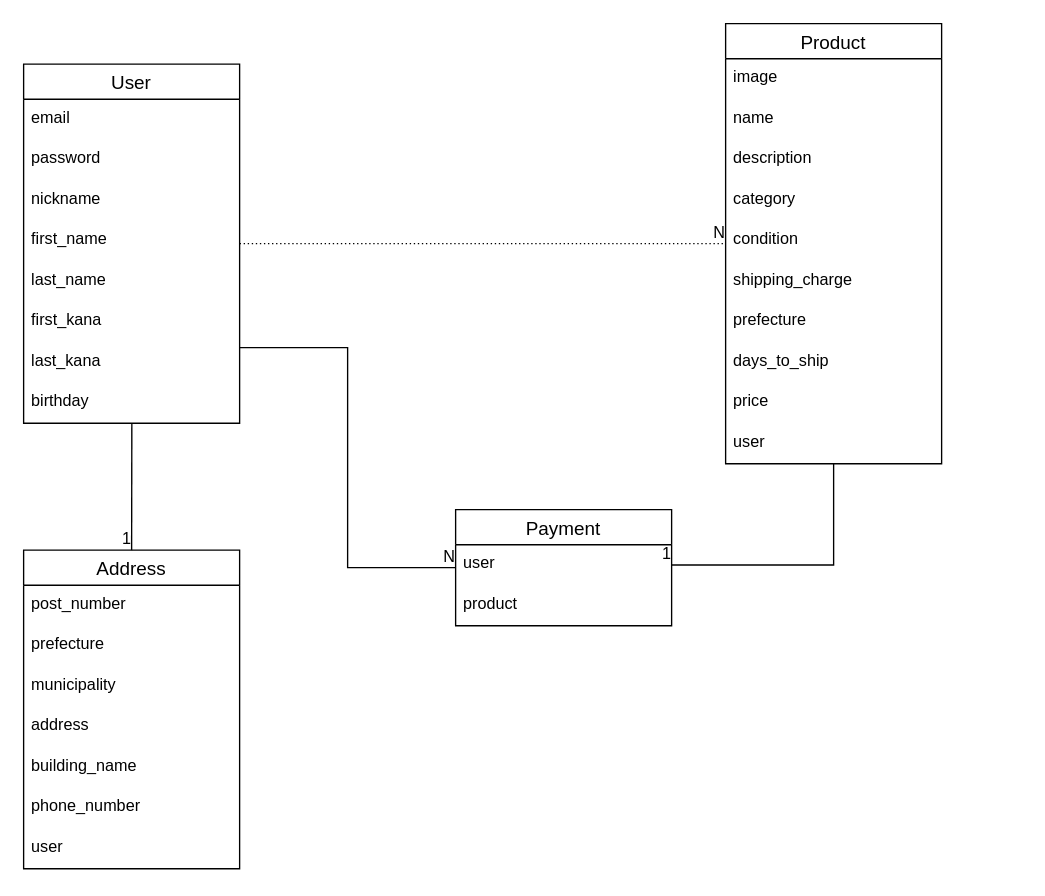
Above: er.dio in T0m555/furima-32868 (draw.io), before the change. Source tidied: cells renumbered, new cells numbered last; positions are measured from the earlier drawing's top-left corner, leaving out a move shared by most shapes. Both pictures are drawn from the tidied source at 135%, with x=0, y=0 at pixel (23, 23).
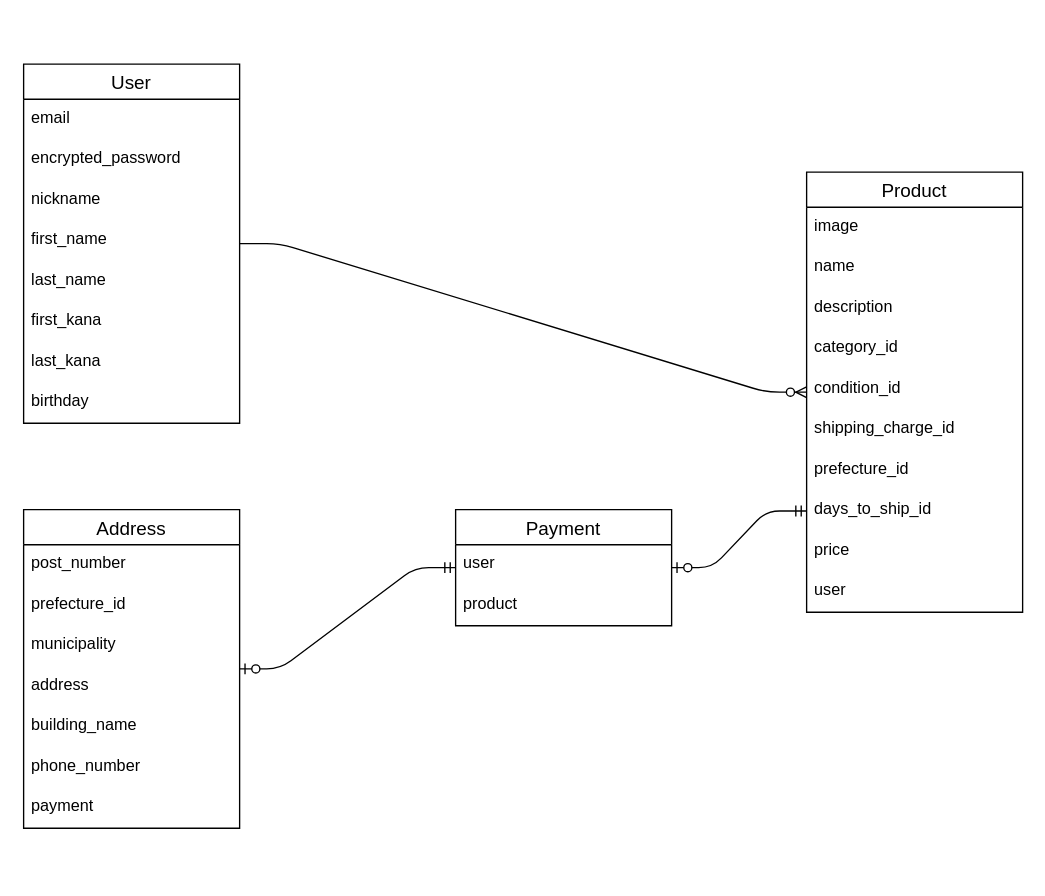
Above is the later version.

Unchanged cells that the change refers to:
```xml
<mxCell id="2" value="User" style="swimlane;fontStyle=0;horizontal=1;startSize=26;align=center;fontSize=14;" parent="1" vertex="1">
  <mxGeometry y="30" width="160" height="266" as="geometry" />
</mxCell>
<mxCell id="10" value="birthday" style="text;strokeColor=none;fillColor=none;spacingLeft=4;spacingRight=4;overflow=hidden;points=[[0,0.5],[1,0.5]];portConstraint=eastwest;fontSize=12;" parent="2" vertex="1">
  <mxGeometry y="236" width="160" height="30" as="geometry" />
</mxCell>
<mxCell id="34" value="Payment" style="swimlane;fontStyle=0;horizontal=1;startSize=26;align=center;fontSize=14;" parent="1" vertex="1">
  <mxGeometry x="320" y="360" width="160" height="86" as="geometry" />
</mxCell>
<mxCell id="35" value="user" style="text;strokeColor=none;fillColor=none;spacingLeft=4;spacingRight=4;overflow=hidden;points=[[0,0.5],[1,0.5]];portConstraint=eastwest;fontSize=12;" parent="34" vertex="1">
  <mxGeometry y="26" width="160" height="30" as="geometry" />
</mxCell>
```

Diff of the diagram source:
```diff
@@
-    <mxCell id="4" value="password" style="text;strokeColor=none;fillColor=none;spacingLeft=4;spacingRight=4;overflow=hidden;fontSize=12;" parent="2" vertex="1">
+    <mxCell id="4" value="encrypted_password" style="text;strokeColor=none;fillColor=none;spacingLeft=4;spacingRight=4;overflow=hidden;fontSize=12;" parent="2" vertex="1">
       <mxGeometry y="56" width="160" height="30" as="geometry" />
     </mxCell>
@@
     <mxCell id="11" value="Product" style="swimlane;fontStyle=0;horizontal=1;startSize=26;align=center;fontSize=14;" parent="1" vertex="1">
-      <mxGeometry x="520" width="160" height="326" as="geometry" />
+      <mxGeometry x="580" y="110" width="160" height="326" as="geometry" />
     </mxCell>
@@
-    <mxCell id="15" value="category" style="text;strokeColor=none;fillColor=none;spacingLeft=4;spacingRight=4;overflow=hidden;fontSize=12;" parent="11" vertex="1">
+    <mxCell id="15" value="category_id" style="text;strokeColor=none;fillColor=none;spacingLeft=4;spacingRight=4;overflow=hidden;fontSize=12;" parent="11" vertex="1">
       <mxGeometry y="116" width="160" height="30" as="geometry" />
     </mxCell>
-    <mxCell id="16" value="condition" style="text;strokeColor=none;fillColor=none;spacingLeft=4;spacingRight=4;overflow=hidden;fontSize=12;" parent="11" vertex="1">
+    <mxCell id="16" value="condition_id" style="text;strokeColor=none;fillColor=none;spacingLeft=4;spacingRight=4;overflow=hidden;fontSize=12;" parent="11" vertex="1">
       <mxGeometry y="146" width="160" height="30" as="geometry" />
     </mxCell>
-    <mxCell id="17" value="shipping_charge" style="text;strokeColor=none;fillColor=none;spacingLeft=4;spacingRight=4;overflow=hidden;fontSize=12;" parent="11" vertex="1">
+    <mxCell id="17" value="shipping_charge_id" style="text;strokeColor=none;fillColor=none;spacingLeft=4;spacingRight=4;overflow=hidden;fontSize=12;" parent="11" vertex="1">
       <mxGeometry y="176" width="160" height="30" as="geometry" />
     </mxCell>
-    <mxCell id="18" value="prefecture" style="text;strokeColor=none;fillColor=none;spacingLeft=4;spacingRight=4;overflow=hidden;fontSize=12;" parent="11" vertex="1">
+    <mxCell id="18" value="prefecture_id" style="text;strokeColor=none;fillColor=none;spacingLeft=4;spacingRight=4;overflow=hidden;fontSize=12;" parent="11" vertex="1">
       <mxGeometry y="206" width="160" height="30" as="geometry" />
     </mxCell>
-    <mxCell id="19" value="days_to_ship" style="text;strokeColor=none;fillColor=none;spacingLeft=4;spacingRight=4;overflow=hidden;points=[[0,0.5],[1,0.5]];portConstraint=eastwest;fontSize=12;" parent="11" vertex="1">
+    <mxCell id="19" value="days_to_ship_id" style="text;strokeColor=none;fillColor=none;spacingLeft=4;spacingRight=4;overflow=hidden;points=[[0,0.5],[1,0.5]];portConstraint=eastwest;fontSize=12;" parent="11" vertex="1">
       <mxGeometry y="236" width="160" height="30" as="geometry" />
     </mxCell>
@@
     <mxCell id="22" value="Address" style="swimlane;fontStyle=0;horizontal=1;startSize=26;align=center;fontSize=14;" parent="1" vertex="1">
-      <mxGeometry y="390" width="160" height="236" as="geometry" />
+      <mxGeometry y="360" width="160" height="236" as="geometry" />
     </mxCell>
@@
-    <mxCell id="24" value="prefecture" style="text;strokeColor=none;fillColor=none;spacingLeft=4;spacingRight=4;overflow=hidden;fontSize=12;" parent="22" vertex="1">
+    <mxCell id="24" value="prefecture_id" style="text;strokeColor=none;fillColor=none;spacingLeft=4;spacingRight=4;overflow=hidden;fontSize=12;" parent="22" vertex="1">
       <mxGeometry y="56" width="160" height="30" as="geometry" />
     </mxCell>
@@
-    <mxCell id="29" value="user" style="text;strokeColor=none;fillColor=none;spacingLeft=4;spacingRight=4;overflow=hidden;fontSize=12;" parent="22" vertex="1">
+    <mxCell id="29" value="payment" style="text;strokeColor=none;fillColor=none;spacingLeft=4;spacingRight=4;overflow=hidden;fontSize=12;" parent="22" vertex="1">
       <mxGeometry y="206" width="160" height="30" as="geometry" />
     </mxCell>
-    <mxCell id="30" style="endArrow=none;html=1;rounded=0;dashed=1;dashPattern=1 2;" parent="1" edge="1" source="2" target="11">
-      <mxGeometry relative="1" as="geometry" />
-    </mxCell>
-    <mxCell id="31" value="N" style="html=1;align=right;verticalAlign=bottom;" parent="30" vertex="1">
-      <mxGeometry x="1" relative="1" as="geometry" />
-    </mxCell>
-    <mxCell id="32" style="endArrow=none;html=1;rounded=0;edgeStyle=orthogonalEdgeStyle;entryX=1;entryY=0.5;entryDx=0;entryDy=0;" parent="1" edge="1" source="11" target="35">
-      <mxGeometry relative="1" as="geometry">
-        <Array as="points">
-          <mxPoint x="600" y="401" />
-        </Array>
-      </mxGeometry>
-    </mxCell>
-    <mxCell id="33" value="1" style="html=1;align=right;verticalAlign=bottom;" parent="32" vertex="1">
-      <mxGeometry x="1" relative="1" as="geometry" />
-    </mxCell>
@@
-    <mxCell id="37" style="endArrow=none;html=1;rounded=0;exitX=0.501;exitY=0.993;exitDx=0;exitDy=0;exitPerimeter=0;entryX=0.5;entryY=0;entryDx=0;entryDy=0;" parent="1" edge="1" source="10" target="22">
-      <mxGeometry relative="1" as="geometry" />
-    </mxCell>
-    <mxCell id="38" value="1" style="html=1;align=right;verticalAlign=bottom;" parent="37" vertex="1">
-      <mxGeometry x="1" relative="1" as="geometry" />
-    </mxCell>
-    <mxCell id="39" style="endArrow=none;html=1;rounded=0;edgeStyle=orthogonalEdgeStyle;" parent="1" edge="1" source="2" target="34">
-      <mxGeometry relative="1" as="geometry">
-        <Array as="points">
-          <mxPoint x="240" y="240" />
-          <mxPoint x="240" y="403" />
-        </Array>
-      </mxGeometry>
-    </mxCell>
-    <mxCell id="40" value="N" style="html=1;align=right;verticalAlign=bottom;" parent="39" vertex="1">
-      <mxGeometry x="1" relative="1" as="geometry" />
-    </mxCell>
+    <mxCell id="41" style="edgeStyle=entityRelationEdgeStyle;fontSize=12;html=1;endArrow=ERzeroToOne;startArrow=ERmandOne;" parent="1" edge="1" source="34" target="22">
+      <mxGeometry relative="1" as="geometry" />
+    </mxCell>
+    <mxCell id="42" style="edgeStyle=entityRelationEdgeStyle;fontSize=12;html=1;endArrow=ERzeroToOne;startArrow=ERmandOne;exitX=0;exitY=0.5;exitDx=0;exitDy=0;" parent="1" edge="1" source="19" target="34">
+      <mxGeometry relative="1" as="geometry" />
+    </mxCell>
+    <mxCell id="30" style="edgeStyle=entityRelationEdgeStyle;fontSize=12;html=1;endArrow=ERzeroToMany;endFill=1;" parent="1" edge="1" source="2" target="11">
+      <mxGeometry relative="1" as="geometry" />
+    </mxCell>
```
